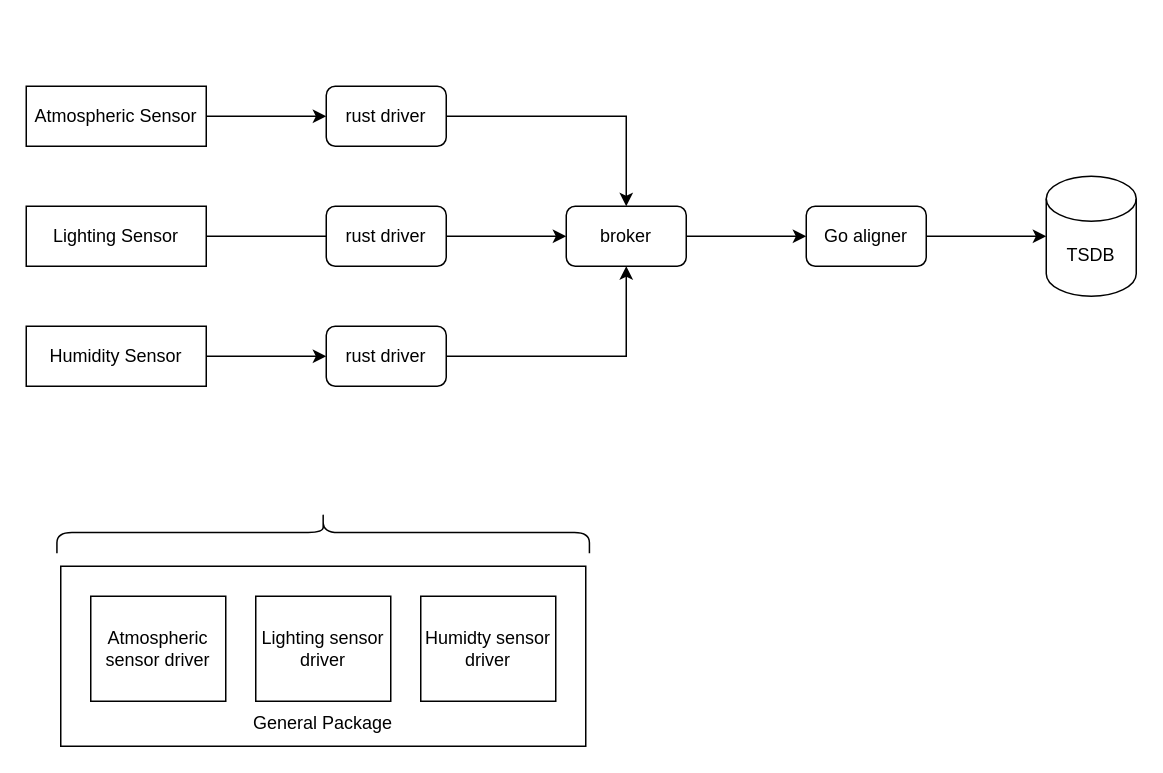
mikebrgs/rusty-home keeps this draw.io diagram as media/rusty-home.drawio. Above is the earlier version. Source tidied: cells renumbered, new cells numbered last; positions are measured from the earlier drawing's top-left corner, leaving out a move shared by most shapes. Both pictures are drawn from the tidied source at 150%, with x=0, y=0 at pixel (26, 86).
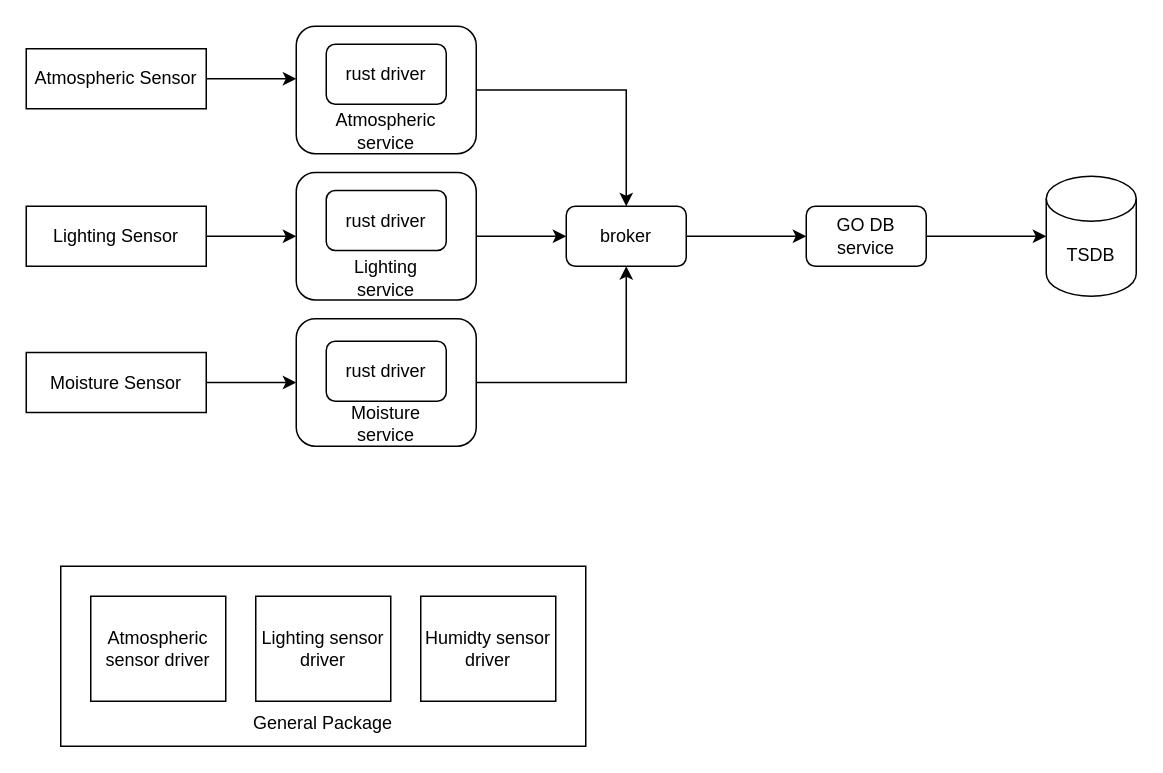
After the change.

Commit message:
Updated architecture diagram.

The change refers to these unchanged cells:
```xml
<mxCell id="5" value="Lighting Sensor" style="rounded=0;whiteSpace=wrap;html=1;" parent="1" vertex="1">
  <mxGeometry y="80" width="120" height="40" as="geometry" />
</mxCell>
<mxCell id="9" value="broker" style="rounded=1;whiteSpace=wrap;html=1;" parent="1" vertex="1">
  <mxGeometry x="360" y="80" width="80" height="40" as="geometry" />
</mxCell>
```

Diff of the diagram source:
```diff
@@
+    <mxCell id="24" style="rounded=1;whiteSpace=wrap;html=1;" parent="1" vertex="1">
+      <mxGeometry x="180" y="57.5" width="120" height="85" as="geometry" />
+    </mxCell>
+    <mxCell id="25" value="Lighting service" style="text;html=1;align=center;verticalAlign=middle;whiteSpace=wrap;rounded=0;" parent="1" vertex="1">
+      <mxGeometry x="210" y="112.5" width="60" height="30" as="geometry" />
+    </mxCell>
+    <mxCell id="26" style="rounded=1;whiteSpace=wrap;html=1;" parent="1" vertex="1">
+      <mxGeometry x="180" y="155" width="120" height="85" as="geometry" />
+    </mxCell>
+    <mxCell id="27" value="Moisture service" style="text;html=1;align=center;verticalAlign=middle;whiteSpace=wrap;rounded=0;" parent="1" vertex="1">
+      <mxGeometry x="210" y="210" width="60" height="30" as="geometry" />
+    </mxCell>
+    <mxCell id="28" style="rounded=1;whiteSpace=wrap;html=1;" parent="1" vertex="1">
+      <mxGeometry x="180" y="-40" width="120" height="85" as="geometry" />
+    </mxCell>
-    <mxCell id="2" style="edgeStyle=orthogonalEdgeStyle;rounded=0;jettySize=auto;html=1;" parent="1" edge="1" source="14" target="9">
+    <mxCell id="2" style="edgeStyle=orthogonalEdgeStyle;rounded=0;jettySize=auto;html=1;exitX=1;exitY=0.5;exitDx=0;exitDy=0;" parent="1" edge="1" source="28" target="9">
       <mxGeometry relative="1" as="geometry" />
     </mxCell>
     <mxCell id="3" value="Atmospheric Sensor" style="rounded=0;whiteSpace=wrap;html=1;" parent="1" vertex="1">
-      <mxGeometry width="120" height="40" as="geometry" />
+      <mxGeometry y="-25" width="120" height="40" as="geometry" />
     </mxCell>
-    <mxCell id="4" style="edgeStyle=orthogonalEdgeStyle;rounded=0;jettySize=auto;html=1;" parent="1" edge="1" source="5" target="9">
+    <mxCell id="4" style="edgeStyle=orthogonalEdgeStyle;rounded=0;jettySize=auto;html=1;exitX=1;exitY=0.5;exitDx=0;exitDy=0;" parent="1" edge="1" source="24" target="9">
       <mxGeometry relative="1" as="geometry" />
     </mxCell>
+    <mxCell id="29" style="edgeStyle=orthogonalEdgeStyle;rounded=0;jettySize=auto;html=1;entryX=0;entryY=0.5;entryDx=0;entryDy=0;" parent="1" edge="1" source="5" target="24">
+      <mxGeometry relative="1" as="geometry" />
+    </mxCell>
@@
-    <mxCell id="6" style="edgeStyle=orthogonalEdgeStyle;rounded=0;jettySize=auto;html=1;" parent="1" edge="1" source="17" target="9">
+    <mxCell id="6" style="edgeStyle=orthogonalEdgeStyle;rounded=0;jettySize=auto;html=1;exitX=1;exitY=0.5;exitDx=0;exitDy=0;" parent="1" edge="1" source="26" target="9">
       <mxGeometry relative="1" as="geometry" />
     </mxCell>
-    <mxCell id="7" value="Humidity Sensor" style="rounded=0;whiteSpace=wrap;html=1;" parent="1" vertex="1">
-      <mxGeometry y="160" width="120" height="40" as="geometry" />
+    <mxCell id="7" value="Moisture Sensor" style="rounded=0;whiteSpace=wrap;html=1;" parent="1" vertex="1">
+      <mxGeometry y="177.5" width="120" height="40" as="geometry" />
     </mxCell>
@@
-    <mxCell id="11" value="Go aligner" style="rounded=1;whiteSpace=wrap;html=1;" parent="1" vertex="1">
+    <mxCell id="11" value="GO DB service" style="rounded=1;whiteSpace=wrap;html=1;" parent="1" vertex="1">
       <mxGeometry x="520" y="80" width="80" height="40" as="geometry" />
     </mxCell>
@@
-    <mxCell id="13" style="edgeStyle=orthogonalEdgeStyle;rounded=0;jettySize=auto;html=1;" parent="1" edge="1" source="3" target="14">
-      <mxGeometry relative="1" as="geometry" />
+    <mxCell id="13" style="edgeStyle=orthogonalEdgeStyle;rounded=0;jettySize=auto;html=1;" parent="1" edge="1" source="3">
+      <mxGeometry relative="1" as="geometry">
+        <mxPoint x="180" y="-5" as="targetPoint" />
+      </mxGeometry>
     </mxCell>
     <mxCell id="14" value="rust driver" style="rounded=1;whiteSpace=wrap;html=1;" parent="1" vertex="1">
-      <mxGeometry x="200" width="80" height="40" as="geometry" />
+      <mxGeometry x="200" y="-28" width="80" height="40" as="geometry" />
     </mxCell>
     <mxCell id="15" value="rust driver" style="rounded=1;whiteSpace=wrap;html=1;" parent="1" vertex="1">
-      <mxGeometry x="200" y="80" width="80" height="40" as="geometry" />
+      <mxGeometry x="200" y="69.5" width="80" height="40" as="geometry" />
     </mxCell>
-    <mxCell id="16" style="edgeStyle=orthogonalEdgeStyle;rounded=0;jettySize=auto;html=1;" parent="1" edge="1" source="7" target="17">
+    <mxCell id="16" style="edgeStyle=orthogonalEdgeStyle;rounded=0;jettySize=auto;html=1;entryX=0;entryY=0.5;entryDx=0;entryDy=0;" parent="1" edge="1" source="7" target="26">
       <mxGeometry relative="1" as="geometry" />
     </mxCell>
     <mxCell id="17" value="rust driver" style="rounded=1;whiteSpace=wrap;html=1;" parent="1" vertex="1">
-      <mxGeometry x="200" y="160" width="80" height="40" as="geometry" />
+      <mxGeometry x="200" y="170" width="80" height="40" as="geometry" />
     </mxCell>
@@
-    <mxCell id="23" style="shape=curlyBracket;whiteSpace=wrap;html=1;rounded=1;labelPosition=left;verticalLabelPosition=middle;align=right;verticalAlign=middle;rotation=90;size=0.5;" parent="1" vertex="1">
-      <mxGeometry x="184.2" y="120" width="27.5" height="355" as="geometry" />
-    </mxCell>
+    <mxCell id="30" value="Atmospheric service" style="text;html=1;align=center;verticalAlign=middle;whiteSpace=wrap;rounded=0;" parent="1" vertex="1">
+      <mxGeometry x="210" y="15" width="60" height="30" as="geometry" />
+    </mxCell>
```
